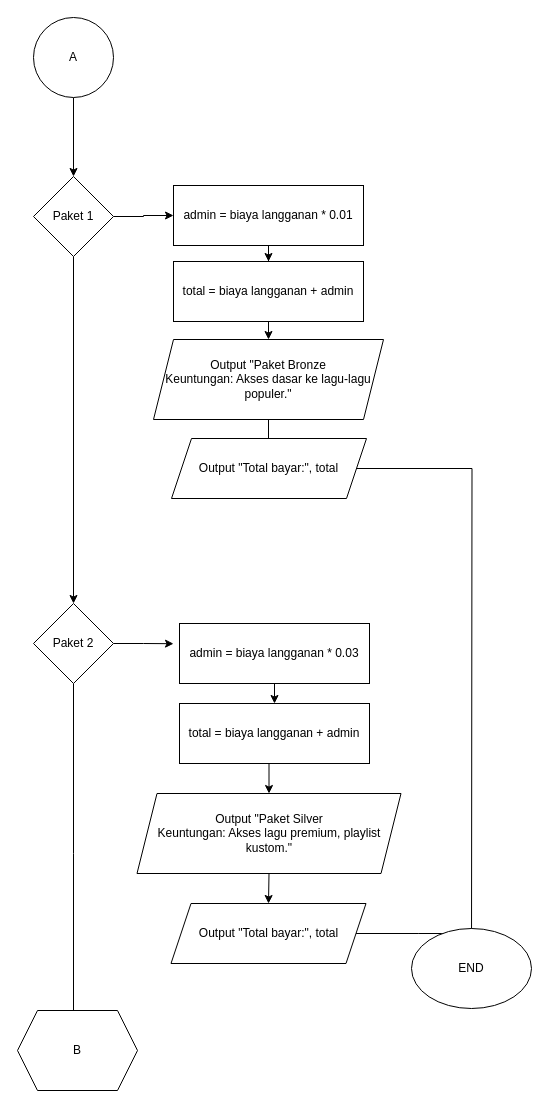
This is POSSTEST/post-test-apd-3/2509106074_NurilAkmal_PT-3 part2.drawio from elkhuwas20/PRAKTIKUM_APD_B2-25, a draw.io file, before an edit. Source tidied: cells renumbered, new cells numbered last; positions are measured from the earlier drawing's top-left corner, leaving out a move shared by most shapes. Both pictures are drawn from the tidied source at 100%, with x=0, y=0 at pixel (17, 17).
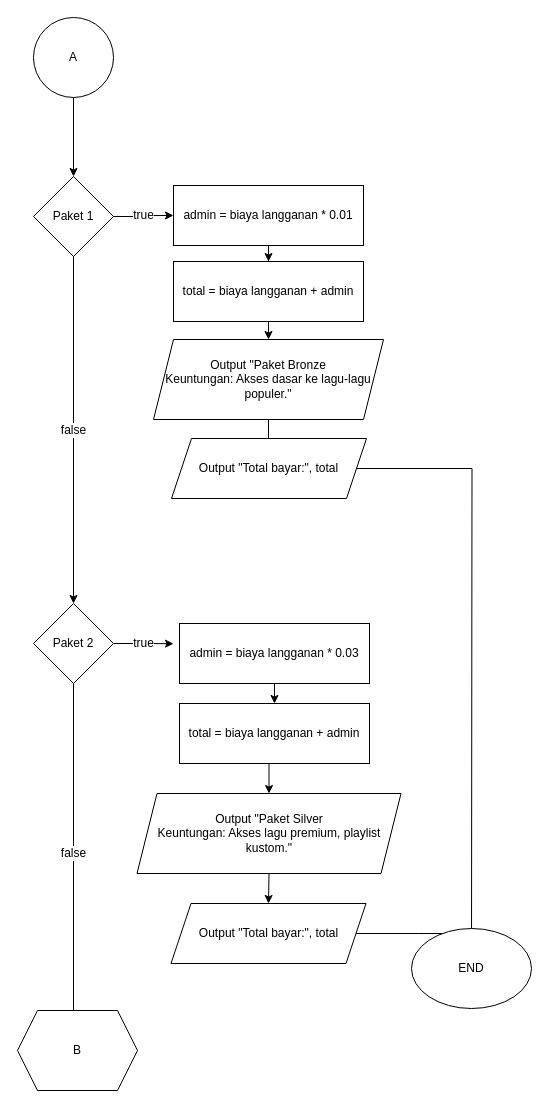
The same page after the edit.

The change refers to these unchanged cells:
```xml
<mxCell id="4" value="Paket 1" style="rhombus;whiteSpace=wrap;html=1;" parent="1" vertex="1">
  <mxGeometry x="16" y="159" width="80" height="80" as="geometry" />
</mxCell>
<mxCell id="9" value="Paket 2" style="rhombus;whiteSpace=wrap;html=1;" parent="1" vertex="1">
  <mxGeometry x="16" y="586" width="80" height="80" as="geometry" />
</mxCell>
<mxCell id="11" value="admin = biaya langganan * 0.01" style="whiteSpace=wrap;html=1;" parent="1" vertex="1">
  <mxGeometry x="156" y="168" width="190" height="60" as="geometry" />
</mxCell>
```

The edit, as a diff of the source:
```diff
@@
-    <mxCell id="2" style="edgeStyle=orthogonalEdgeStyle;rounded=0;jettySize=auto;html=1;fontFamily=Helvetica;fontSize=12;fontColor=default;" parent="1" edge="1" source="4" target="9">
+    <mxCell id="2" value="false" style="edgeStyle=orthogonalEdgeStyle;rounded=0;jettySize=auto;html=1;fontFamily=Helvetica;fontSize=12;fontColor=default;" parent="1" edge="1" source="4" target="9">
       <mxGeometry relative="1" as="geometry" />
     </mxCell>
-    <mxCell id="3" style="edgeStyle=orthogonalEdgeStyle;rounded=0;jettySize=auto;html=1;fontFamily=Helvetica;fontSize=12;fontColor=default;" parent="1" edge="1" source="4" target="11">
+    <mxCell id="3" value="true" style="edgeStyle=orthogonalEdgeStyle;rounded=0;jettySize=auto;html=1;fontFamily=Helvetica;fontSize=12;fontColor=default;" parent="1" edge="1" source="4" target="11">
       <mxGeometry relative="1" as="geometry" />
     </mxCell>
@@
-    <mxCell id="7" style="edgeStyle=orthogonalEdgeStyle;rounded=0;jettySize=auto;html=1;exitX=1;exitY=0.5;exitDx=0;exitDy=0;fontFamily=Helvetica;fontSize=12;fontColor=default;" parent="1" edge="1" source="9">
+    <mxCell id="7" value="true" style="edgeStyle=orthogonalEdgeStyle;rounded=0;jettySize=auto;html=1;exitX=1;exitY=0.5;exitDx=0;exitDy=0;fontFamily=Helvetica;fontSize=12;fontColor=default;" parent="1" edge="1" source="9">
       <mxGeometry relative="1" as="geometry">
         <mxPoint x="156" y="626.2" as="targetPoint" />
       </mxGeometry>
     </mxCell>
-    <mxCell id="8" style="edgeStyle=orthogonalEdgeStyle;rounded=0;jettySize=auto;html=1;fontFamily=Helvetica;fontSize=12;fontColor=default;" parent="1" edge="1" source="9">
+    <mxCell id="8" value="false" style="edgeStyle=orthogonalEdgeStyle;rounded=0;jettySize=auto;html=1;fontFamily=Helvetica;fontSize=12;fontColor=default;" parent="1" edge="1" source="9">
       <mxGeometry relative="1" as="geometry">
         <mxPoint x="56" y="1006" as="targetPoint" />
       </mxGeometry>
     </mxCell>
```
